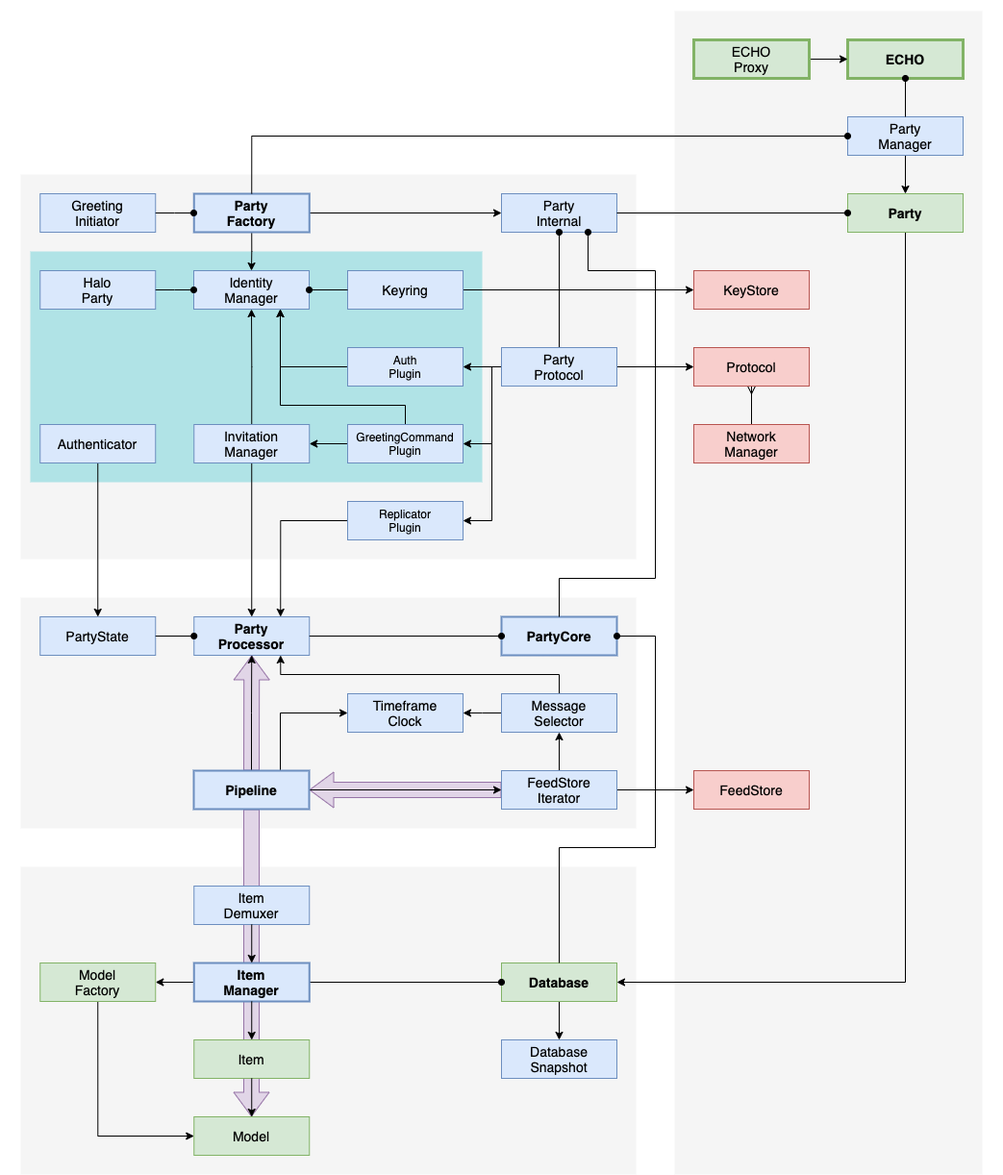
Earlier version of the draw.io export docs/diagrams/echo-architecture.png (dxos/dxos). Source tidied: cells renumbered, new cells last; positions are measured from the earlier drawing's top-left corner, leaving out a move shared by most shapes.
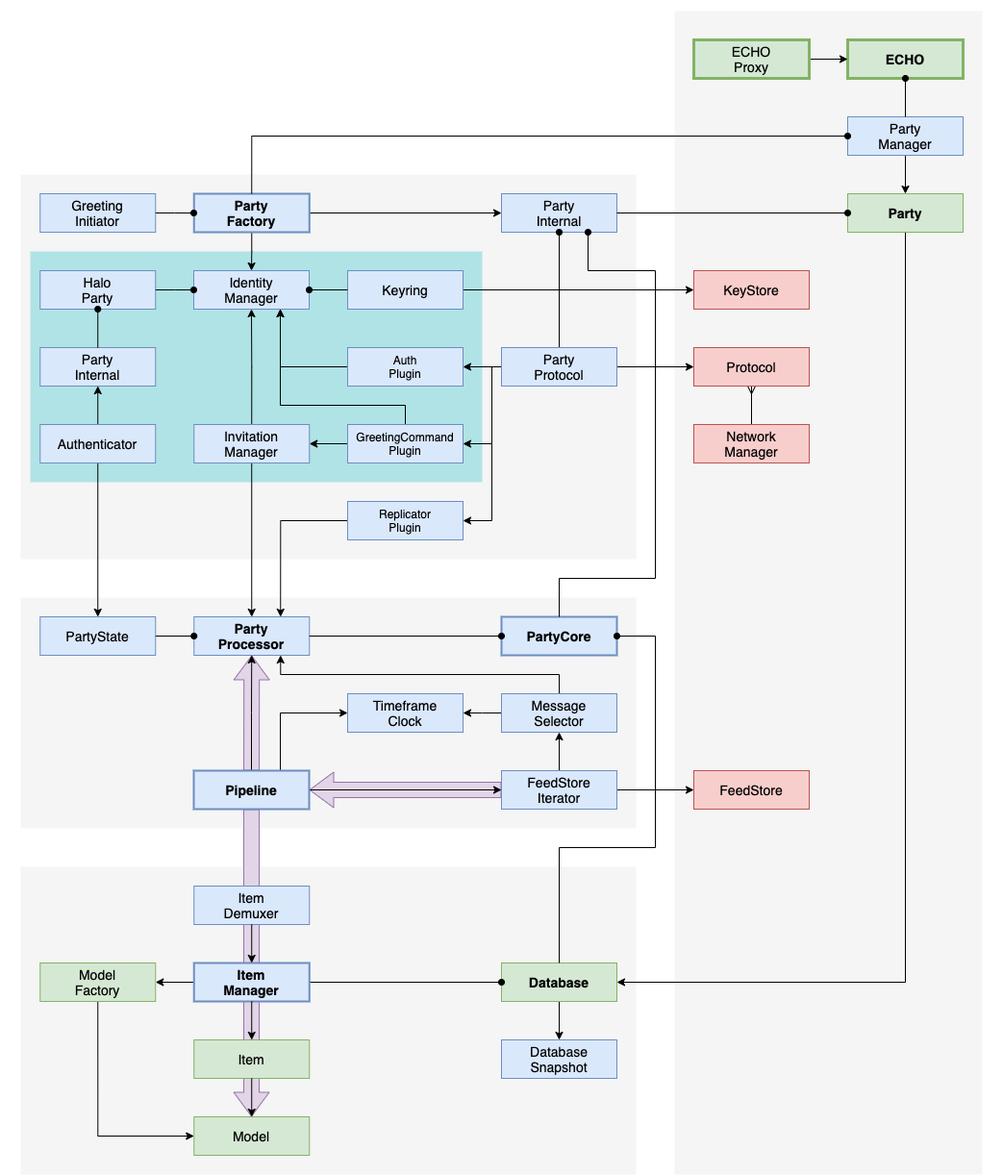
After the change.

The edit, as a diff of the source:
```diff
@@ -269,6 +269,9 @@
     <mxCell id="77" style="edgeStyle=orthogonalEdgeStyle;rounded=0;jettySize=auto;html=1;exitX=0.5;exitY=1;exitDx=0;exitDy=0;entryX=0.5;entryY=0;entryDx=0;entryDy=0;fontSize=12;startArrow=none;startFill=0;endArrow=classic;endFill=1;" parent="1" edge="1" source="78" target="13">
       <mxGeometry relative="1" as="geometry" />
     </mxCell>
+    <mxCell id="89" style="edgeStyle=orthogonalEdgeStyle;rounded=0;jettySize=auto;html=1;exitX=0.5;exitY=0;exitDx=0;exitDy=0;startArrow=none;startFill=0;endArrow=classic;endFill=1;" parent="1" edge="1" source="78" target="90">
+      <mxGeometry relative="1" as="geometry" />
+    </mxCell>
     <mxCell id="78" value="Authenticator" style="rounded=0;whiteSpace=wrap;html=1;fontSize=14;fontFamily=Helvetica;fillColor=#dae8fc;strokeColor=#6c8ebf;fontStyle=0;strokeWidth=1;" parent="1" vertex="1">
       <mxGeometry x="40.2" y="440" width="120" height="40" as="geometry" />
     </mxCell>
@@ -315,5 +318,11 @@
     <mxCell id="88" value="Message&lt;br&gt;Selector" style="rounded=0;whiteSpace=wrap;html=1;fontSize=14;fontFamily=Helvetica;fillColor=#dae8fc;strokeColor=#6c8ebf;fontStyle=0;strokeWidth=1;" parent="1" vertex="1">
       <mxGeometry x="520" y="720" width="120" height="40" as="geometry" />
     </mxCell>
+    <mxCell id="90" value="Party&lt;br&gt;Internal" style="rounded=0;whiteSpace=wrap;html=1;fontSize=14;fontFamily=Helvetica;fillColor=#dae8fc;strokeColor=#6c8ebf;fontStyle=0;strokeWidth=1;" parent="1" vertex="1">
+      <mxGeometry x="40.2" y="360" width="120" height="40" as="geometry" />
+    </mxCell>
+    <mxCell id="91" style="edgeStyle=orthogonalEdgeStyle;rounded=0;jettySize=auto;html=1;exitX=0.5;exitY=1;exitDx=0;exitDy=0;entryX=0.5;entryY=0;entryDx=0;entryDy=0;endArrow=none;endFill=0;startArrow=oval;startFill=1;" parent="1" edge="1" source="40" target="90">
+      <mxGeometry relative="1" as="geometry" />
+    </mxCell>
   </root>
 </mxGraphModel>
```
